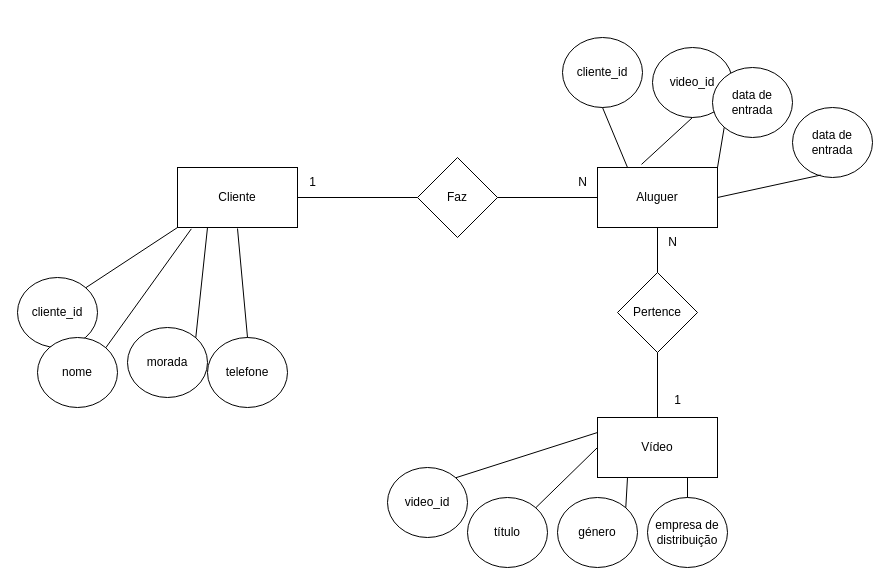
Before: page "2. Clube de vídeo" (2 of 3) of Coletanea_Exercicios_EA.drawio in danielarraiol02/tpsi-sgbd-2065422-25, a draw.io diagram. Source tidied: cells renumbered, new cells numbered last; positions are measured from the earlier drawing's top-left corner, leaving out a move shared by most shapes. Both pictures are drawn from the tidied source at 100%, with x=0, y=0 at pixel (17, 37).
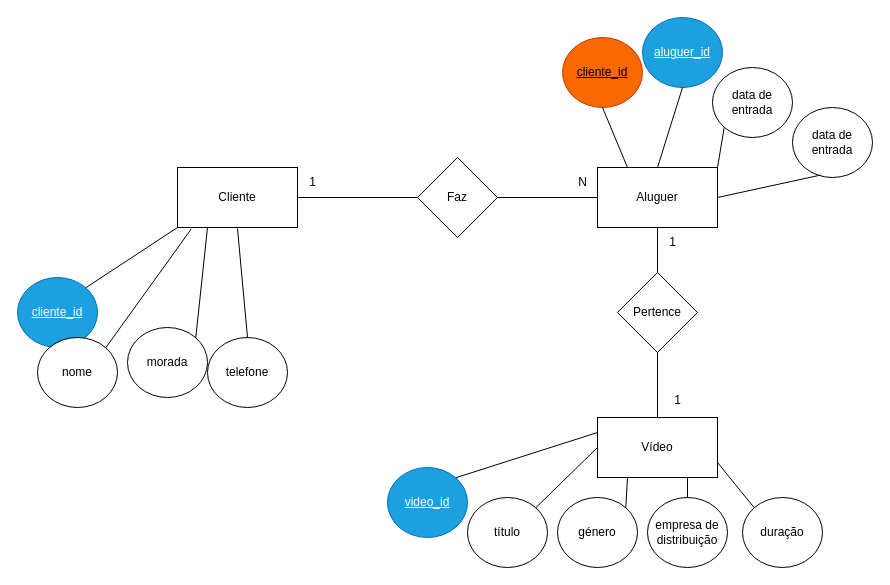
After the change.

Unchanged cells that the change refers to:
```xml
<mxCell id="3" value="Aluguer" style="rounded=0;whiteSpace=wrap;html=1;" parent="1" vertex="1">
  <mxGeometry x="580" y="130" width="120" height="60" as="geometry" />
</mxCell>
<mxCell id="17" value="Vídeo" style="rounded=0;whiteSpace=wrap;html=1;" parent="1" vertex="1">
  <mxGeometry x="580" y="380" width="120" height="60" as="geometry" />
</mxCell>
```

Diff of the diagram source:
```diff
@@
-    <mxCell id="4" value="cliente_id" style="ellipse;whiteSpace=wrap;html=1;" parent="1" vertex="1">
+    <mxCell id="4" value="cliente_id" style="ellipse;whiteSpace=wrap;html=1;fontStyle=4;fillColor=#1ba1e2;fontColor=#ffffff;strokeColor=#006EAF;" parent="1" vertex="1">
       <mxGeometry y="240" width="80" height="70" as="geometry" />
     </mxCell>
@@
-    <mxCell id="21" value="N" style="text;html=1;align=center;verticalAlign=middle;strokeColor=none;fillColor=none;" parent="1" vertex="1">
+    <mxCell id="21" value="1" style="text;html=1;align=center;verticalAlign=middle;strokeColor=none;fillColor=none;" parent="1" vertex="1">
       <mxGeometry x="640" y="190" width="30" height="30" as="geometry" />
     </mxCell>
@@
-    <mxCell id="23" value="video_id" style="ellipse;whiteSpace=wrap;html=1;" parent="1" vertex="1">
+    <mxCell id="23" value="video_id" style="ellipse;whiteSpace=wrap;html=1;fontStyle=4;fillColor=#1ba1e2;fontColor=#ffffff;strokeColor=#006EAF;" parent="1" vertex="1">
       <mxGeometry x="370" y="430" width="80" height="70" as="geometry" />
     </mxCell>
@@
-    <mxCell id="31" value="cliente_id" style="ellipse;whiteSpace=wrap;html=1;" parent="1" vertex="1">
+    <mxCell id="31" value="cliente_id" style="ellipse;whiteSpace=wrap;html=1;fontStyle=4;fillColor=#fa6800;fontColor=#000000;strokeColor=#C73500;" parent="1" vertex="1">
       <mxGeometry x="545" width="80" height="70" as="geometry" />
     </mxCell>
@@
-    <mxCell id="33" value="video_id" style="ellipse;whiteSpace=wrap;html=1;" parent="1" vertex="1">
-      <mxGeometry x="635" y="10" width="80" height="70" as="geometry" />
-    </mxCell>
-    <mxCell id="34" style="endArrow=none;html=1;rounded=0;exitX=0.5;exitY=1;exitDx=0;exitDy=0;entryX=0.367;entryY=-0.052;entryDx=0;entryDy=0;entryPerimeter=0;" parent="1" edge="1" source="33" target="3">
-      <mxGeometry relative="1" as="geometry" />
-    </mxCell>
@@
+    <mxCell id="39" value="duração" style="ellipse;whiteSpace=wrap;html=1;" parent="1" vertex="1">
+      <mxGeometry x="725" y="460" width="80" height="70" as="geometry" />
+    </mxCell>
+    <mxCell id="40" style="endArrow=none;html=1;rounded=0;exitX=0;exitY=0;exitDx=0;exitDy=0;entryX=1;entryY=0.75;entryDx=0;entryDy=0;" parent="1" edge="1" source="39" target="17">
+      <mxGeometry relative="1" as="geometry" />
+    </mxCell>
+    <mxCell id="41" value="aluguer_id" style="ellipse;whiteSpace=wrap;html=1;fontStyle=4;fillColor=#1ba1e2;fontColor=#ffffff;strokeColor=#006EAF;" parent="1" vertex="1">
+      <mxGeometry x="625" y="-20" width="80" height="70" as="geometry" />
+    </mxCell>
+    <mxCell id="42" style="endArrow=none;html=1;rounded=0;exitX=0.5;exitY=1;exitDx=0;exitDy=0;entryX=0.5;entryY=0;entryDx=0;entryDy=0;" parent="1" edge="1" source="41" target="3">
+      <mxGeometry relative="1" as="geometry" />
+    </mxCell>
```
